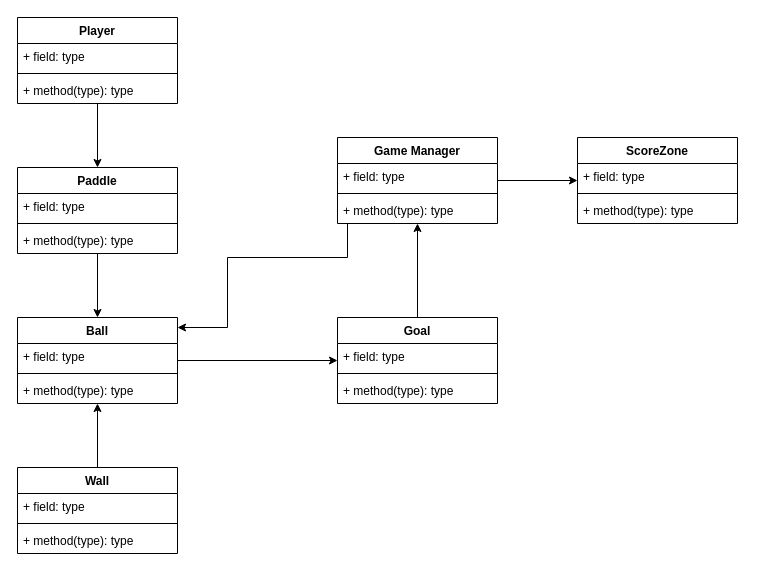
Earlier version of the draw.io diagram Documents/UML_Pong.drawio (codingcaiden03/codingcaiden03). Source tidied: cells renumbered, new cells numbered last; positions are measured from the earlier drawing's top-left corner, leaving out a move shared by most shapes. Both pictures are drawn from the tidied source at 100%, with x=0, y=0 at pixel (17, 17).
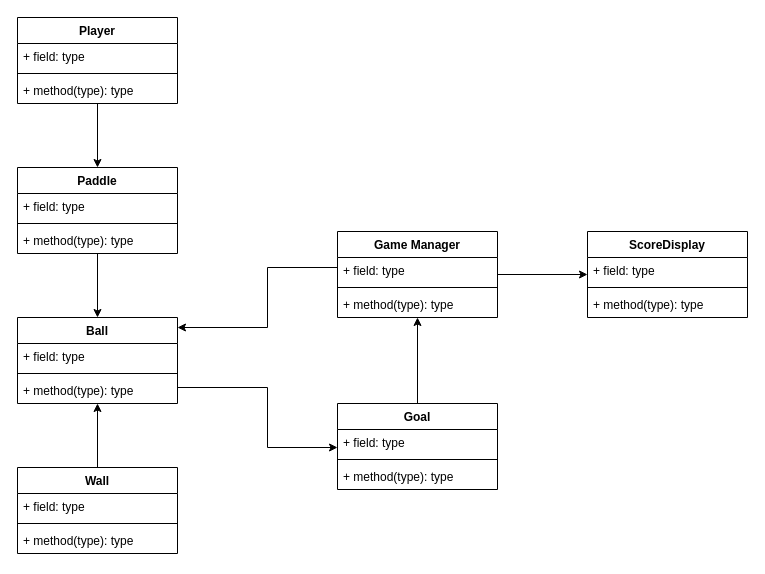
The same page after the edit.

The change refers to these unchanged cells:
```xml
<mxCell id="19" value="Ball" style="swimlane;fontStyle=1;align=center;verticalAlign=top;horizontal=1;startSize=26;whiteSpace=wrap;html=1;" parent="1" vertex="1">
  <mxGeometry y="300" width="160" height="86" as="geometry" />
</mxCell>
```

The edit, as a diff of the source:
```diff
@@
     <mxCell id="3" style="edgeStyle=orthogonalEdgeStyle;rounded=0;jettySize=auto;html=1;" parent="1" edge="1" source="4" target="19">
       <mxGeometry relative="1" as="geometry">
         <Array as="points">
-          <mxPoint x="330" y="240" />
-          <mxPoint x="210" y="240" />
-          <mxPoint x="210" y="310" />
+          <mxPoint x="250" y="250" />
+          <mxPoint x="250" y="310" />
         </Array>
       </mxGeometry>
     </mxCell>
     <mxCell id="4" value="Game Manager" style="swimlane;fontStyle=1;align=center;verticalAlign=top;horizontal=1;startSize=26;whiteSpace=wrap;html=1;" parent="1" vertex="1">
-      <mxGeometry x="320" y="120" width="160" height="86" as="geometry" />
+      <mxGeometry x="320" y="214" width="160" height="86" as="geometry" />
     </mxCell>
@@
     <mxCell id="18" style="edgeStyle=orthogonalEdgeStyle;rounded=0;jettySize=auto;html=1;" parent="1" edge="1" source="19" target="33">
-      <mxGeometry relative="1" as="geometry" />
+      <mxGeometry relative="1" as="geometry">
+        <Array as="points">
+          <mxPoint x="250" y="370" />
+          <mxPoint x="250" y="430" />
+        </Array>
+      </mxGeometry>
     </mxCell>
@@
-    <mxCell id="28" value="ScoreZone" style="swimlane;fontStyle=1;align=center;verticalAlign=top;horizontal=1;startSize=26;whiteSpace=wrap;html=1;" parent="1" vertex="1">
-      <mxGeometry x="560" y="120" width="160" height="86" as="geometry" />
+    <mxCell id="28" value="&lt;div&gt;ScoreDisplay&lt;/div&gt;" style="swimlane;fontStyle=1;align=center;verticalAlign=top;horizontal=1;startSize=26;whiteSpace=wrap;html=1;" parent="1" vertex="1">
+      <mxGeometry x="570" y="214" width="160" height="86" as="geometry" />
     </mxCell>
@@
     <mxCell id="33" value="Goal" style="swimlane;fontStyle=1;align=center;verticalAlign=top;horizontal=1;startSize=26;whiteSpace=wrap;html=1;" parent="1" vertex="1">
-      <mxGeometry x="320" y="300" width="160" height="86" as="geometry" />
+      <mxGeometry x="320" y="386" width="160" height="86" as="geometry" />
     </mxCell>
```
